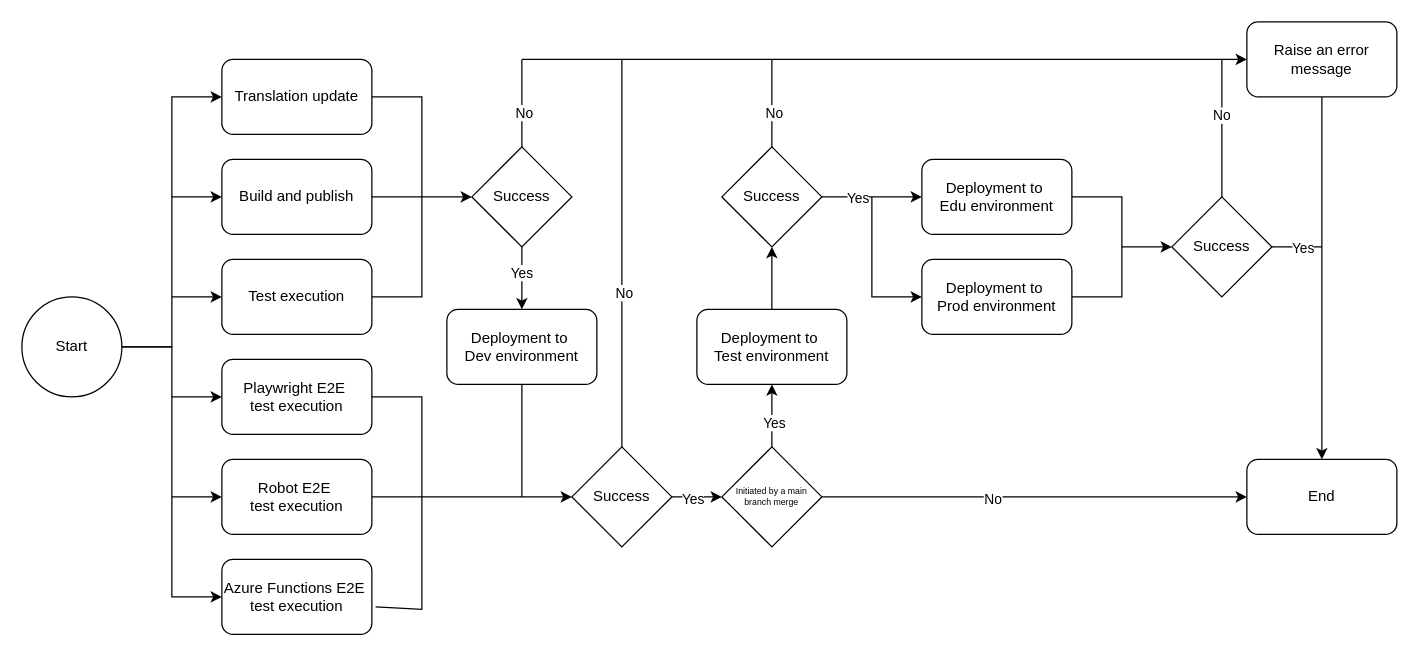
devgranlund/ahmed keeps this draw.io diagram as profes-jsep.drawio. Above is the earlier version. Source tidied: cells renumbered, new cells numbered last; positions are measured from the earlier drawing's top-left corner, leaving out a move shared by most shapes. Both pictures are drawn from the tidied source at 125%, with x=0, y=0 at pixel (21, 21).
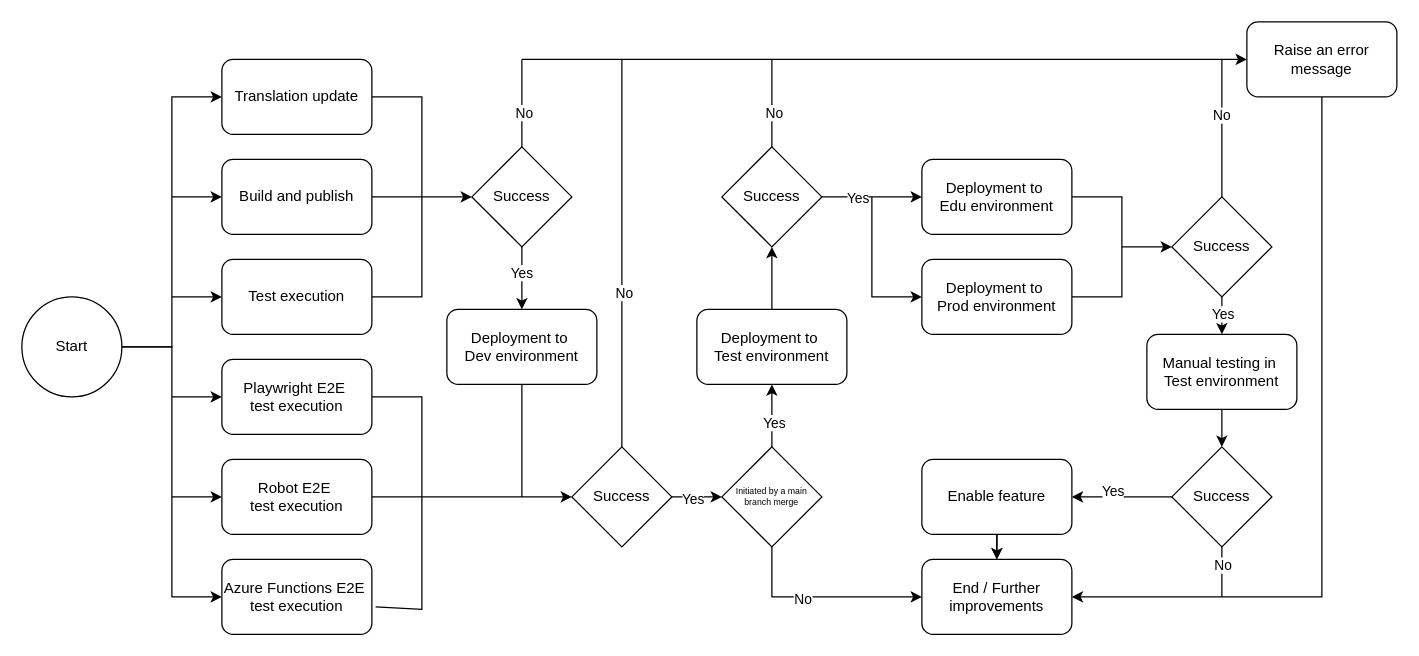
Above is the later version.

The change refers to these unchanged cells:
```xml
<mxCell id="27" value="Initiated by a main branch merge" style="rhombus;whiteSpace=wrap;html=1;fontSize=7;" parent="1" vertex="1">
  <mxGeometry x="560" y="340" width="80" height="80" as="geometry" />
</mxCell>
<mxCell id="47" value="Success" style="rhombus;whiteSpace=wrap;html=1;" parent="1" vertex="1">
  <mxGeometry x="920" y="140" width="80" height="80" as="geometry" />
</mxCell>
<mxCell id="53" value="Raise an error message" style="rounded=1;whiteSpace=wrap;html=1;" parent="1" vertex="1">
  <mxGeometry x="980" width="120" height="60" as="geometry" />
</mxCell>
```

The edit, as a diff of the source:
```diff
@@
-    <mxCell id="50" value="End" style="rounded=1;whiteSpace=wrap;html=1;" parent="1" vertex="1">
-      <mxGeometry x="980" y="350" width="120" height="60" as="geometry" />
+    <mxCell id="50" value="End / Further improvements" style="rounded=1;whiteSpace=wrap;html=1;" parent="1" vertex="1">
+      <mxGeometry x="720" y="430" width="120" height="60" as="geometry" />
     </mxCell>
-    <mxCell id="51" style="endArrow=classic;html=1;rounded=0;exitX=1;exitY=0.5;exitDx=0;exitDy=0;entryX=0;entryY=0.5;entryDx=0;entryDy=0;" parent="1" edge="1" source="27" target="50">
-      <mxGeometry relative="1" as="geometry" />
+    <mxCell id="51" style="endArrow=classic;html=1;rounded=0;exitX=0.5;exitY=1;exitDx=0;exitDy=0;entryX=0;entryY=0.5;entryDx=0;entryDy=0;" parent="1" edge="1" source="27" target="50">
+      <mxGeometry relative="1" as="geometry">
+        <Array as="points">
+          <mxPoint x="600" y="460" />
+        </Array>
+      </mxGeometry>
     </mxCell>
@@
-    <mxCell id="54" style="endArrow=classic;html=1;rounded=0;entryX=0.5;entryY=0;entryDx=0;entryDy=0;exitX=0.5;exitY=1;exitDx=0;exitDy=0;" parent="1" edge="1" source="53" target="50">
-      <mxGeometry relative="1" as="geometry" />
+    <mxCell id="54" style="endArrow=classic;html=1;rounded=0;exitX=0.5;exitY=1;exitDx=0;exitDy=0;entryX=1;entryY=0.5;entryDx=0;entryDy=0;" parent="1" edge="1" source="53" target="50">
+      <mxGeometry relative="1" as="geometry">
+        <Array as="points">
+          <mxPoint x="1040" y="460" />
+        </Array>
+      </mxGeometry>
     </mxCell>
-    <mxCell id="55" style="endArrow=none;html=1;rounded=0;entryX=1;entryY=0.5;entryDx=0;entryDy=0;" parent="1" edge="1" target="47">
-      <mxGeometry relative="1" as="geometry">
-        <mxPoint x="1040" y="180" as="sourcePoint" />
-      </mxGeometry>
+    <mxCell id="55" style="endArrow=none;html=1;rounded=0;entryX=0.5;entryY=1;entryDx=0;entryDy=0;startArrow=classic;startFill=1;exitX=0.5;exitY=0;exitDx=0;exitDy=0;" parent="1" edge="1" source="59" target="47">
+      <mxGeometry relative="1" as="geometry" />
     </mxCell>
     <mxCell id="56" value="Yes" style="edgeLabel;html=1;align=center;verticalAlign=middle;" parent="55" vertex="1">
-      <mxGeometry x="-0.2" relative="1" as="geometry" />
+      <mxGeometry x="-0.2" relative="1" as="geometry">
+        <mxPoint y="-5" as="offset" />
+      </mxGeometry>
     </mxCell>
@@
+    <mxCell id="59" value="Manual testing in&amp;nbsp;&lt;div&gt;Test environment&lt;/div&gt;" style="rounded=1;whiteSpace=wrap;html=1;" parent="1" vertex="1">
+      <mxGeometry x="900" y="250" width="120" height="60" as="geometry" />
+    </mxCell>
+    <mxCell id="60" value="Enable feature" style="rounded=1;whiteSpace=wrap;html=1;" parent="1" vertex="1">
+      <mxGeometry x="720" y="350" width="120" height="60" as="geometry" />
+    </mxCell>
+    <mxCell id="61" style="endArrow=classic;html=1;rounded=0;entryX=0.5;entryY=0;entryDx=0;entryDy=0;exitX=0.5;exitY=1;exitDx=0;exitDy=0;" parent="1" edge="1" source="60" target="50">
+      <mxGeometry relative="1" as="geometry" />
+    </mxCell>
+    <mxCell id="62" value="Success" style="rhombus;whiteSpace=wrap;html=1;" parent="1" vertex="1">
+      <mxGeometry x="920" y="340" width="80" height="80" as="geometry" />
+    </mxCell>
+    <mxCell id="63" style="endArrow=classic;html=1;rounded=0;entryX=0.5;entryY=0;entryDx=0;entryDy=0;exitX=0.5;exitY=1;exitDx=0;exitDy=0;" parent="1" edge="1">
+      <mxGeometry relative="1" as="geometry">
+        <mxPoint x="780" y="410" as="sourcePoint" />
+        <mxPoint x="780" y="430" as="targetPoint" />
+      </mxGeometry>
+    </mxCell>
+    <mxCell id="64" style="endArrow=classic;html=1;rounded=0;entryX=0.5;entryY=0;entryDx=0;entryDy=0;exitX=0.5;exitY=1;exitDx=0;exitDy=0;" parent="1" edge="1" source="59" target="62">
+      <mxGeometry relative="1" as="geometry" />
+    </mxCell>
+    <mxCell id="65" style="endArrow=none;html=1;rounded=0;entryX=0;entryY=0.5;entryDx=0;entryDy=0;startArrow=classic;startFill=1;exitX=1;exitY=0.5;exitDx=0;exitDy=0;" parent="1" edge="1" source="60" target="62">
+      <mxGeometry relative="1" as="geometry" />
+    </mxCell>
+    <mxCell id="66" value="Yes" style="edgeLabel;html=1;align=center;verticalAlign=middle;" parent="65" vertex="1">
+      <mxGeometry x="-0.2" relative="1" as="geometry">
+        <mxPoint y="-5" as="offset" />
+      </mxGeometry>
+    </mxCell>
+    <mxCell id="67" style="endArrow=none;html=1;rounded=0;entryX=0.5;entryY=1;entryDx=0;entryDy=0;" parent="1" edge="1" target="62">
+      <mxGeometry relative="1" as="geometry">
+        <mxPoint x="960" y="460" as="sourcePoint" />
+        <Array as="points">
+          <mxPoint x="960" y="460" />
+        </Array>
+      </mxGeometry>
+    </mxCell>
+    <mxCell id="68" value="No" style="edgeLabel;html=1;align=center;verticalAlign=middle;" parent="67" vertex="1">
+      <mxGeometry x="0.28" relative="1" as="geometry" />
+    </mxCell>
```
